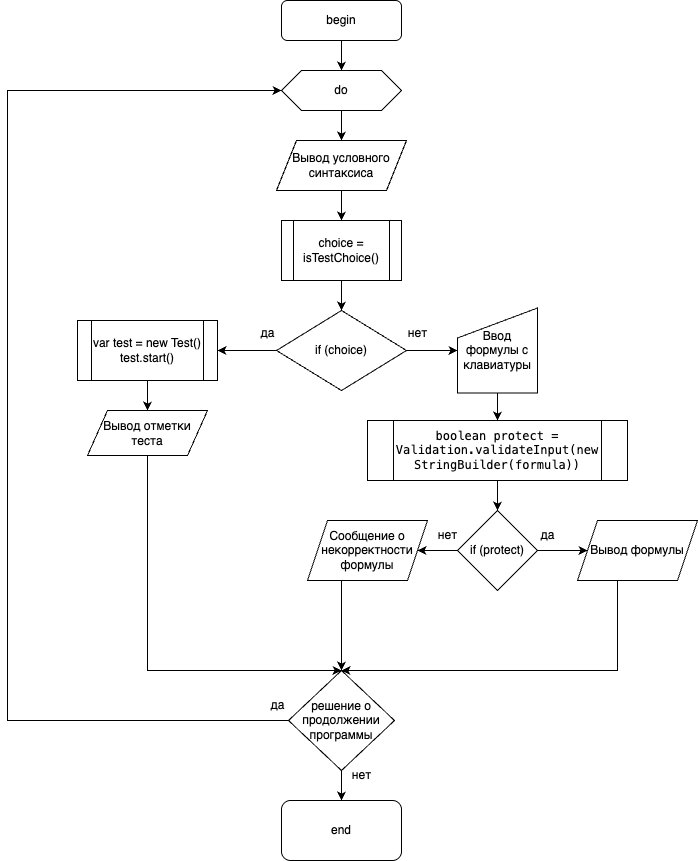
This is LabsLOIS/FirstLab/schemes/main.png from L1x0/LabsBSUIR, a draw.io export, as it was before one commit. Source tidied: cells renumbered, new cells last; positions are measured from the earlier drawing's top-left corner, leaving out a move shared by most shapes. Source of this version:
```xml
<mxGraphModel>
  <root>
    <mxCell id="0" />
    <mxCell id="1" parent="0" />
    <mxCell id="2" style="edgeStyle=orthogonalEdgeStyle;rounded=0;jettySize=auto;html=1;exitX=0.5;exitY=1;exitDx=0;exitDy=0;entryX=0.5;entryY=0;entryDx=0;entryDy=0;" parent="1" edge="1" source="3" target="5">
      <mxGeometry relative="1" as="geometry" />
    </mxCell>
    <mxCell id="3" value="begin" style="rounded=1;whiteSpace=wrap;html=1;" parent="1" vertex="1">
      <mxGeometry x="274" width="120" height="40" as="geometry" />
    </mxCell>
    <mxCell id="4" style="edgeStyle=orthogonalEdgeStyle;rounded=0;jettySize=auto;html=1;exitX=0.5;exitY=1;exitDx=0;exitDy=0;entryX=0.5;entryY=0;entryDx=0;entryDy=0;" parent="1" edge="1" source="5" target="8">
      <mxGeometry relative="1" as="geometry" />
    </mxCell>
    <mxCell id="5" value="do" style="shape=hexagon;perimeter=hexagonPerimeter2;whiteSpace=wrap;html=1;fixedSize=1;" parent="1" vertex="1">
      <mxGeometry x="274" y="70" width="120" height="40" as="geometry" />
    </mxCell>
    <mxCell id="6" style="edgeStyle=orthogonalEdgeStyle;rounded=0;orthogonalLoop=1;jettySize=auto;html=1;exitX=0.5;exitY=1;exitDx=0;exitDy=0;" parent="1" edge="1" source="3" target="3">
      <mxGeometry relative="1" as="geometry" />
    </mxCell>
    <mxCell id="7" style="edgeStyle=orthogonalEdgeStyle;rounded=0;jettySize=auto;html=1;exitX=0.5;exitY=1;exitDx=0;exitDy=0;entryX=0.5;entryY=0;entryDx=0;entryDy=0;" parent="1" edge="1" source="8" target="13">
      <mxGeometry relative="1" as="geometry" />
    </mxCell>
    <mxCell id="8" value="Вывод условного&lt;br&gt;синтаксиса" style="shape=parallelogram;perimeter=parallelogramPerimeter;whiteSpace=wrap;html=1;fixedSize=1;" parent="1" vertex="1">
      <mxGeometry x="269" y="140" width="130" height="50" as="geometry" />
    </mxCell>
    <mxCell id="9" style="edgeStyle=orthogonalEdgeStyle;rounded=0;jettySize=auto;html=1;entryX=1;entryY=0.5;entryDx=0;entryDy=0;" parent="1" edge="1" source="11" target="15">
      <mxGeometry relative="1" as="geometry" />
    </mxCell>
    <mxCell id="10" style="edgeStyle=orthogonalEdgeStyle;rounded=0;jettySize=auto;html=1;entryX=0;entryY=0.5;entryDx=0;entryDy=0;" parent="1" edge="1" source="11" target="20">
      <mxGeometry relative="1" as="geometry" />
    </mxCell>
    <mxCell id="11" value="if (choice)" style="rhombus;whiteSpace=wrap;html=1;" parent="1" vertex="1">
      <mxGeometry x="269" y="310" width="130" height="80" as="geometry" />
    </mxCell>
    <mxCell id="12" style="edgeStyle=orthogonalEdgeStyle;rounded=0;jettySize=auto;html=1;entryX=0.5;entryY=0;entryDx=0;entryDy=0;" parent="1" edge="1" source="13" target="11">
      <mxGeometry relative="1" as="geometry" />
    </mxCell>
    <mxCell id="13" value="choice = isTestChoice()" style="shape=process;whiteSpace=wrap;html=1;backgroundOutline=1;" parent="1" vertex="1">
      <mxGeometry x="274" y="220" width="120" height="60" as="geometry" />
    </mxCell>
    <mxCell id="14" style="edgeStyle=orthogonalEdgeStyle;rounded=0;jettySize=auto;html=1;" parent="1" edge="1" source="15" target="18">
      <mxGeometry relative="1" as="geometry" />
    </mxCell>
    <mxCell id="15" value="var test = new Test()&lt;br&gt;test.start()" style="shape=process;whiteSpace=wrap;html=1;backgroundOutline=1;" parent="1" vertex="1">
      <mxGeometry x="70" y="320" width="140" height="60" as="geometry" />
    </mxCell>
    <mxCell id="16" value="да" style="text;html=1;align=center;verticalAlign=middle;strokeColor=none;fillColor=none;" parent="1" vertex="1">
      <mxGeometry x="240" y="318" width="40" height="30" as="geometry" />
    </mxCell>
    <mxCell id="17" style="edgeStyle=orthogonalEdgeStyle;rounded=0;jettySize=auto;html=1;entryX=0.5;entryY=0;entryDx=0;entryDy=0;" parent="1" edge="1" source="18" target="33">
      <mxGeometry relative="1" as="geometry">
        <Array as="points">
          <mxPoint x="140" y="670" />
        </Array>
      </mxGeometry>
    </mxCell>
    <mxCell id="18" value="Вывод отметки&lt;br&gt;теста" style="shape=parallelogram;perimeter=parallelogramPerimeter;whiteSpace=wrap;html=1;fixedSize=1;" parent="1" vertex="1">
      <mxGeometry x="80" y="410" width="120" height="45" as="geometry" />
    </mxCell>
    <mxCell id="19" style="edgeStyle=orthogonalEdgeStyle;rounded=0;jettySize=auto;html=1;entryX=0.5;entryY=0;entryDx=0;entryDy=0;" parent="1" edge="1" source="20" target="23">
      <mxGeometry relative="1" as="geometry" />
    </mxCell>
    <mxCell id="20" value="Ввод формулы с клавиатуры" style="shape=manualInput;whiteSpace=wrap;html=1;" parent="1" vertex="1">
      <mxGeometry x="450" y="307.5" width="80" height="85" as="geometry" />
    </mxCell>
    <mxCell id="21" value="нет" style="text;html=1;align=center;verticalAlign=middle;strokeColor=none;fillColor=none;" parent="1" vertex="1">
      <mxGeometry x="390" y="318" width="40" height="30" as="geometry" />
    </mxCell>
    <mxCell id="22" style="edgeStyle=orthogonalEdgeStyle;rounded=0;jettySize=auto;html=1;" parent="1" edge="1" source="23" target="26">
      <mxGeometry relative="1" as="geometry" />
    </mxCell>
    <mxCell id="23" value="&lt;div style=&quot;&quot;&gt;&lt;p style=&quot;font-family: Menlo, monospace;&quot;&gt;&lt;span style=&quot;background-color: rgb(255, 255, 255);&quot;&gt;&lt;font style=&quot;color: rgb(0, 0, 0);&quot;&gt;boolean protect = Validation.validateInput(new StringBuilder(formula))&lt;/font&gt;&lt;/span&gt;&lt;/p&gt;&lt;/div&gt;" style="shape=process;whiteSpace=wrap;html=1;backgroundOutline=1;" parent="1" vertex="1">
      <mxGeometry x="360" y="420" width="260" height="60" as="geometry" />
    </mxCell>
    <mxCell id="24" style="edgeStyle=orthogonalEdgeStyle;rounded=0;jettySize=auto;html=1;entryX=0;entryY=0.5;entryDx=0;entryDy=0;" parent="1" edge="1" source="26" target="28">
      <mxGeometry relative="1" as="geometry" />
    </mxCell>
    <mxCell id="25" style="edgeStyle=orthogonalEdgeStyle;rounded=0;jettySize=auto;html=1;entryX=1;entryY=0.5;entryDx=0;entryDy=0;" parent="1" edge="1" source="26" target="30">
      <mxGeometry relative="1" as="geometry" />
    </mxCell>
    <mxCell id="26" value="if (protect)" style="rhombus;whiteSpace=wrap;html=1;" parent="1" vertex="1">
      <mxGeometry x="450" y="510" width="80" height="80" as="geometry" />
    </mxCell>
    <mxCell id="27" style="edgeStyle=orthogonalEdgeStyle;rounded=0;jettySize=auto;html=1;" parent="1" edge="1" source="28" target="33">
      <mxGeometry relative="1" as="geometry">
        <Array as="points">
          <mxPoint x="610" y="670" />
        </Array>
      </mxGeometry>
    </mxCell>
    <mxCell id="28" value="Вывод формулы" style="shape=parallelogram;perimeter=parallelogramPerimeter;whiteSpace=wrap;html=1;fixedSize=1;" parent="1" vertex="1">
      <mxGeometry x="570" y="520" width="120" height="60" as="geometry" />
    </mxCell>
    <mxCell id="29" style="edgeStyle=orthogonalEdgeStyle;rounded=0;jettySize=auto;html=1;entryX=0.5;entryY=0;entryDx=0;entryDy=0;exitX=0.5;exitY=1;exitDx=0;exitDy=0;" parent="1" edge="1" source="30" target="33">
      <mxGeometry relative="1" as="geometry">
        <Array as="points">
          <mxPoint x="334" y="580" />
        </Array>
      </mxGeometry>
    </mxCell>
    <mxCell id="30" value="Сообщение о некорректности формулы" style="shape=parallelogram;perimeter=parallelogramPerimeter;whiteSpace=wrap;html=1;fixedSize=1;" parent="1" vertex="1">
      <mxGeometry x="300" y="520" width="120" height="60" as="geometry" />
    </mxCell>
    <mxCell id="31" style="edgeStyle=orthogonalEdgeStyle;rounded=0;jettySize=auto;html=1;entryX=0;entryY=0.5;entryDx=0;entryDy=0;" parent="1" edge="1" source="33" target="5">
      <mxGeometry relative="1" as="geometry">
        <Array as="points">
          <mxPoint y="720" />
          <mxPoint y="90" />
        </Array>
      </mxGeometry>
    </mxCell>
    <mxCell id="32" style="edgeStyle=orthogonalEdgeStyle;rounded=0;jettySize=auto;html=1;" parent="1" edge="1" source="33" target="38">
      <mxGeometry relative="1" as="geometry" />
    </mxCell>
    <mxCell id="33" value="решение о продолжении программы" style="rhombus;whiteSpace=wrap;html=1;" parent="1" vertex="1">
      <mxGeometry x="281" y="670" width="106" height="100" as="geometry" />
    </mxCell>
    <mxCell id="34" value="да" style="text;html=1;align=center;verticalAlign=middle;strokeColor=none;fillColor=none;" parent="1" vertex="1">
      <mxGeometry x="520" y="520" width="40" height="30" as="geometry" />
    </mxCell>
    <mxCell id="35" value="нет" style="text;html=1;align=center;verticalAlign=middle;strokeColor=none;fillColor=none;" parent="1" vertex="1">
      <mxGeometry x="420" y="520" width="40" height="30" as="geometry" />
    </mxCell>
    <mxCell id="36" value="да" style="text;html=1;align=center;verticalAlign=middle;strokeColor=none;fillColor=none;" parent="1" vertex="1">
      <mxGeometry x="250" y="690" width="40" height="30" as="geometry" />
    </mxCell>
    <mxCell id="37" value="нет" style="text;html=1;align=center;verticalAlign=middle;strokeColor=none;fillColor=none;" parent="1" vertex="1">
      <mxGeometry x="334" y="760" width="40" height="30" as="geometry" />
    </mxCell>
    <mxCell id="38" value="end" style="rounded=1;whiteSpace=wrap;html=1;" parent="1" vertex="1">
      <mxGeometry x="274" y="800" width="120" height="60" as="geometry" />
    </mxCell>
  </root>
</mxGraphModel>
```
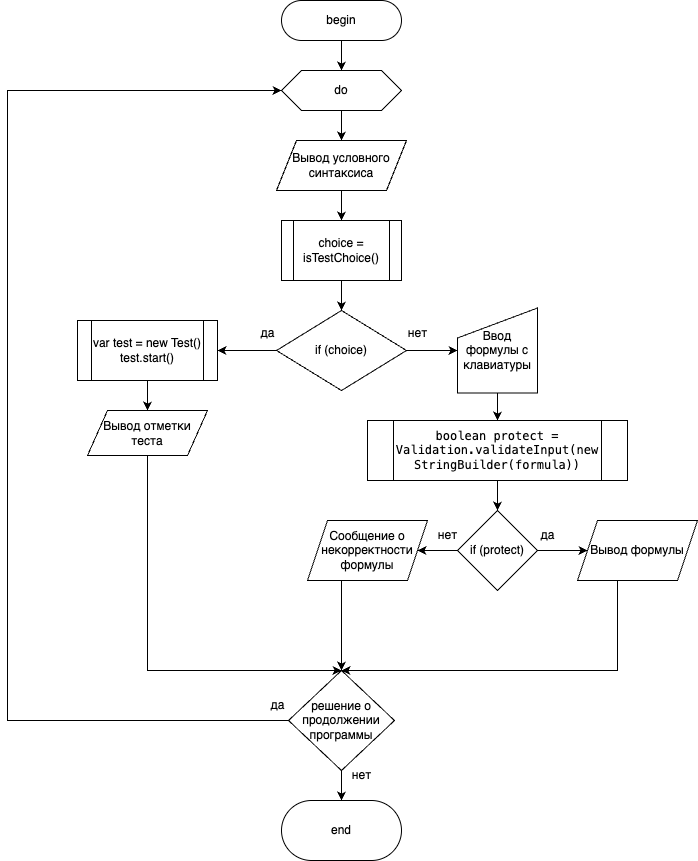
After the commit.

Change to the diagram source:
```diff
@@ -5,7 +5,7 @@
     <mxCell id="2" style="edgeStyle=orthogonalEdgeStyle;rounded=0;jettySize=auto;html=1;exitX=0.5;exitY=1;exitDx=0;exitDy=0;entryX=0.5;entryY=0;entryDx=0;entryDy=0;" parent="1" edge="1" source="3" target="5">
       <mxGeometry relative="1" as="geometry" />
     </mxCell>
-    <mxCell id="3" value="begin" style="rounded=1;whiteSpace=wrap;html=1;" parent="1" vertex="1">
+    <mxCell id="3" value="begin" style="rounded=1;whiteSpace=wrap;html=1;arcSize=50;" parent="1" vertex="1">
       <mxGeometry x="274" width="120" height="40" as="geometry" />
     </mxCell>
     <mxCell id="4" style="edgeStyle=orthogonalEdgeStyle;rounded=0;jettySize=auto;html=1;exitX=0.5;exitY=1;exitDx=0;exitDy=0;entryX=0.5;entryY=0;entryDx=0;entryDy=0;" parent="1" edge="1" source="5" target="8">
@@ -127,7 +127,7 @@
     <mxCell id="37" value="нет" style="text;html=1;align=center;verticalAlign=middle;strokeColor=none;fillColor=none;" parent="1" vertex="1">
       <mxGeometry x="334" y="760" width="40" height="30" as="geometry" />
     </mxCell>
-    <mxCell id="38" value="end" style="rounded=1;whiteSpace=wrap;html=1;" parent="1" vertex="1">
+    <mxCell id="38" value="end" style="rounded=1;whiteSpace=wrap;html=1;arcSize=50;" parent="1" vertex="1">
       <mxGeometry x="274" y="800" width="120" height="60" as="geometry" />
     </mxCell>
   </root>
```
